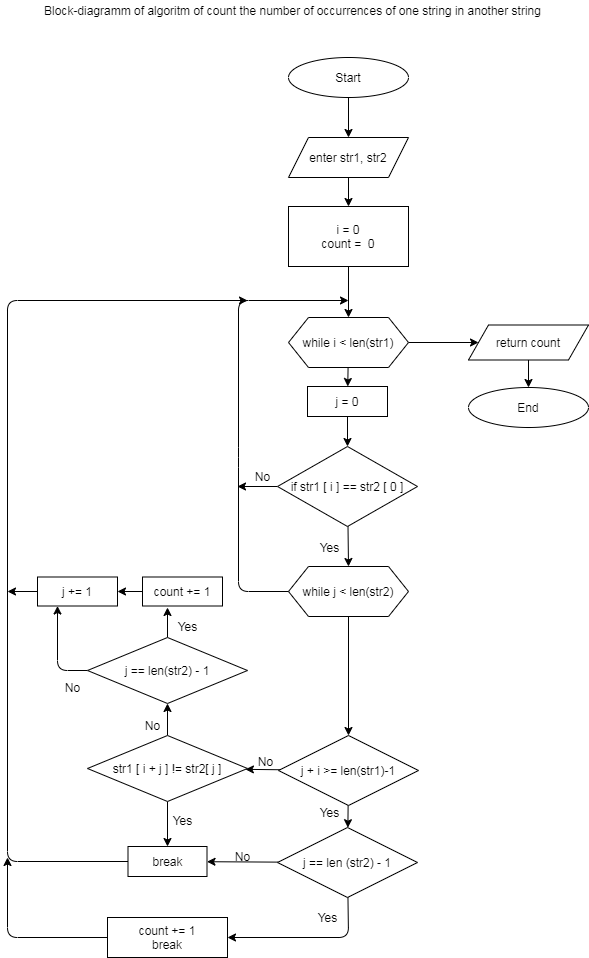
Earlier version of the draw.io export 1. workshop 1/find_str.png (AbubakirovRA/Python). Source tidied: cells renumbered, new cells last; positions are measured from the earlier drawing's top-left corner, leaving out a move shared by most shapes. The source it was exported from:
```xml
<mxGraphModel>
  <root>
    <mxCell id="0" />
    <mxCell id="1" parent="0" />
    <mxCell id="2" style="edgeStyle=none;html=1;" parent="1" edge="1" source="3" target="10">
      <mxGeometry relative="1" as="geometry" />
    </mxCell>
    <mxCell id="3" value="Start" style="ellipse;whiteSpace=wrap;html=1;" parent="1" vertex="1">
      <mxGeometry x="281" y="57" width="120" height="40" as="geometry" />
    </mxCell>
    <mxCell id="4" style="edgeStyle=none;html=1;" parent="1" edge="1" source="5" target="8">
      <mxGeometry relative="1" as="geometry" />
    </mxCell>
    <mxCell id="5" value="i = 0&lt;br&gt;count =&amp;nbsp; 0" style="whiteSpace=wrap;html=1;" parent="1" vertex="1">
      <mxGeometry x="281" y="206" width="120" height="60" as="geometry" />
    </mxCell>
    <mxCell id="6" style="edgeStyle=none;html=1;" parent="1" edge="1" source="8" target="12">
      <mxGeometry relative="1" as="geometry" />
    </mxCell>
    <mxCell id="7" style="edgeStyle=none;html=1;" parent="1" edge="1" source="8" target="17">
      <mxGeometry relative="1" as="geometry" />
    </mxCell>
    <mxCell id="8" value="while i &amp;lt; len(str1)" style="shape=hexagon;perimeter=hexagonPerimeter2;whiteSpace=wrap;html=1;fixedSize=1;" parent="1" vertex="1">
      <mxGeometry x="281" y="317" width="120" height="50" as="geometry" />
    </mxCell>
    <mxCell id="9" style="edgeStyle=none;html=1;" parent="1" edge="1" source="10" target="5">
      <mxGeometry relative="1" as="geometry" />
    </mxCell>
    <mxCell id="10" value="enter str1, str2" style="shape=parallelogram;perimeter=parallelogramPerimeter;whiteSpace=wrap;html=1;fixedSize=1;" parent="1" vertex="1">
      <mxGeometry x="281" y="137" width="120" height="40" as="geometry" />
    </mxCell>
    <mxCell id="11" style="edgeStyle=none;html=1;" parent="1" edge="1" source="12" target="21">
      <mxGeometry relative="1" as="geometry" />
    </mxCell>
    <mxCell id="12" value="j = 0" style="whiteSpace=wrap;html=1;" parent="1" vertex="1">
      <mxGeometry x="300" y="386" width="80" height="30" as="geometry" />
    </mxCell>
    <mxCell id="13" style="edgeStyle=none;html=1;" parent="1" edge="1" source="14" target="26">
      <mxGeometry relative="1" as="geometry" />
    </mxCell>
    <mxCell id="14" value="while j &amp;lt; len(str2)" style="shape=hexagon;perimeter=hexagonPerimeter2;whiteSpace=wrap;html=1;fixedSize=1;" parent="1" vertex="1">
      <mxGeometry x="281" y="566" width="120" height="50" as="geometry" />
    </mxCell>
    <mxCell id="15" style="edgeStyle=none;html=1;" parent="1" edge="1" source="14">
      <mxGeometry relative="1" as="geometry">
        <mxPoint x="341" y="300" as="targetPoint" />
        <Array as="points">
          <mxPoint x="231" y="591" />
          <mxPoint x="231" y="457" />
          <mxPoint x="231" y="300" />
        </Array>
      </mxGeometry>
    </mxCell>
    <mxCell id="16" style="edgeStyle=none;html=1;" parent="1" edge="1" source="17" target="18">
      <mxGeometry relative="1" as="geometry" />
    </mxCell>
    <mxCell id="17" value="return count" style="shape=parallelogram;perimeter=parallelogramPerimeter;whiteSpace=wrap;html=1;fixedSize=1;" parent="1" vertex="1">
      <mxGeometry x="461" y="324.5" width="120" height="35" as="geometry" />
    </mxCell>
    <mxCell id="18" value="End" style="ellipse;whiteSpace=wrap;html=1;" parent="1" vertex="1">
      <mxGeometry x="461" y="387" width="120" height="40" as="geometry" />
    </mxCell>
    <mxCell id="19" style="edgeStyle=none;html=1;exitX=0;exitY=0.5;exitDx=0;exitDy=0;" parent="1" edge="1" source="21">
      <mxGeometry relative="1" as="geometry">
        <mxPoint x="230" y="486" as="targetPoint" />
      </mxGeometry>
    </mxCell>
    <mxCell id="20" style="edgeStyle=none;html=1;entryX=0.5;entryY=0;entryDx=0;entryDy=0;" parent="1" edge="1" source="21" target="14">
      <mxGeometry relative="1" as="geometry" />
    </mxCell>
    <mxCell id="21" value="if str1 [ i ] == str2 [ 0 ]" style="rhombus;whiteSpace=wrap;html=1;" parent="1" vertex="1">
      <mxGeometry x="270" y="446" width="140" height="80" as="geometry" />
    </mxCell>
    <mxCell id="22" value="No" style="text;html=1;align=center;verticalAlign=middle;strokeColor=none;fillColor=none;" parent="1" vertex="1">
      <mxGeometry x="240" y="466" width="30" height="20" as="geometry" />
    </mxCell>
    <mxCell id="23" value="Yes" style="text;html=1;align=center;verticalAlign=middle;strokeColor=none;fillColor=none;" parent="1" vertex="1">
      <mxGeometry x="302" y="537" width="40" height="20" as="geometry" />
    </mxCell>
    <mxCell id="24" style="edgeStyle=none;html=1;" parent="1" edge="1" source="26" target="29">
      <mxGeometry relative="1" as="geometry" />
    </mxCell>
    <mxCell id="25" style="edgeStyle=none;html=1;" parent="1" edge="1" source="26" target="43">
      <mxGeometry relative="1" as="geometry" />
    </mxCell>
    <mxCell id="26" value="j + i &amp;gt;= len(str1)-1" style="rhombus;whiteSpace=wrap;html=1;" parent="1" vertex="1">
      <mxGeometry x="271" y="735" width="140" height="70" as="geometry" />
    </mxCell>
    <mxCell id="27" style="edgeStyle=none;html=1;" parent="1" edge="1" source="29" target="32">
      <mxGeometry relative="1" as="geometry">
        <Array as="points">
          <mxPoint x="341" y="937" />
        </Array>
      </mxGeometry>
    </mxCell>
    <mxCell id="28" style="edgeStyle=none;html=1;" parent="1" edge="1" source="29" target="35">
      <mxGeometry relative="1" as="geometry" />
    </mxCell>
    <mxCell id="29" value="j == len (str2) - 1" style="rhombus;whiteSpace=wrap;html=1;" parent="1" vertex="1">
      <mxGeometry x="270" y="827" width="140" height="70" as="geometry" />
    </mxCell>
    <mxCell id="30" value="Yes" style="text;html=1;align=center;verticalAlign=middle;strokeColor=none;fillColor=none;" parent="1" vertex="1">
      <mxGeometry x="302" y="802" width="40" height="20" as="geometry" />
    </mxCell>
    <mxCell id="31" style="edgeStyle=none;html=1;" parent="1" edge="1" source="32">
      <mxGeometry relative="1" as="geometry">
        <mxPoint y="857" as="targetPoint" />
        <Array as="points">
          <mxPoint y="937" />
        </Array>
      </mxGeometry>
    </mxCell>
    <mxCell id="32" value="count += 1&lt;br&gt;break" style="whiteSpace=wrap;html=1;" parent="1" vertex="1">
      <mxGeometry x="100" y="917" width="120" height="40" as="geometry" />
    </mxCell>
    <mxCell id="33" value="Yes" style="text;html=1;align=center;verticalAlign=middle;strokeColor=none;fillColor=none;" parent="1" vertex="1">
      <mxGeometry x="300" y="907" width="40" height="20" as="geometry" />
    </mxCell>
    <mxCell id="34" style="edgeStyle=none;html=1;exitX=0;exitY=0.5;exitDx=0;exitDy=0;" parent="1" edge="1" source="35">
      <mxGeometry relative="1" as="geometry">
        <mxPoint x="240" y="300" as="targetPoint" />
        <Array as="points">
          <mxPoint y="861" />
          <mxPoint y="300" />
        </Array>
      </mxGeometry>
    </mxCell>
    <mxCell id="35" value="break" style="whiteSpace=wrap;html=1;" parent="1" vertex="1">
      <mxGeometry x="120.5" y="846" width="79" height="30" as="geometry" />
    </mxCell>
    <mxCell id="36" value="No" style="text;html=1;align=center;verticalAlign=middle;strokeColor=none;fillColor=none;" parent="1" vertex="1">
      <mxGeometry x="220" y="846" width="30" height="20" as="geometry" />
    </mxCell>
    <mxCell id="37" style="edgeStyle=none;html=1;" parent="1" edge="1" source="39">
      <mxGeometry relative="1" as="geometry">
        <mxPoint x="160" y="607" as="targetPoint" />
      </mxGeometry>
    </mxCell>
    <mxCell id="38" style="edgeStyle=none;html=1;entryX=0.25;entryY=1;entryDx=0;entryDy=0;" parent="1" edge="1" source="39" target="50">
      <mxGeometry relative="1" as="geometry">
        <Array as="points">
          <mxPoint x="50" y="670" />
        </Array>
      </mxGeometry>
    </mxCell>
    <mxCell id="39" value="j == len(str2) - 1" style="rhombus;whiteSpace=wrap;html=1;" parent="1" vertex="1">
      <mxGeometry x="80" y="637" width="160" height="66" as="geometry" />
    </mxCell>
    <mxCell id="40" value="No" style="text;html=1;align=center;verticalAlign=middle;strokeColor=none;fillColor=none;" parent="1" vertex="1">
      <mxGeometry x="243" y="751" width="30" height="20" as="geometry" />
    </mxCell>
    <mxCell id="41" style="edgeStyle=none;html=1;" parent="1" edge="1" source="43" target="35">
      <mxGeometry relative="1" as="geometry" />
    </mxCell>
    <mxCell id="42" style="edgeStyle=none;html=1;" parent="1" edge="1" source="43" target="39">
      <mxGeometry relative="1" as="geometry" />
    </mxCell>
    <mxCell id="43" value="str1 [ i + j ] != str2[ j ]" style="rhombus;whiteSpace=wrap;html=1;" parent="1" vertex="1">
      <mxGeometry x="80" y="735" width="160" height="66" as="geometry" />
    </mxCell>
    <mxCell id="44" value="Yes" style="text;html=1;align=center;verticalAlign=middle;strokeColor=none;fillColor=none;" parent="1" vertex="1">
      <mxGeometry x="155" y="810" width="40" height="20" as="geometry" />
    </mxCell>
    <mxCell id="45" value="No" style="text;html=1;align=center;verticalAlign=middle;strokeColor=none;fillColor=none;" parent="1" vertex="1">
      <mxGeometry x="129.5" y="715" width="30" height="20" as="geometry" />
    </mxCell>
    <mxCell id="46" style="edgeStyle=none;html=1;" parent="1" edge="1" source="47" target="50">
      <mxGeometry relative="1" as="geometry" />
    </mxCell>
    <mxCell id="47" value="&lt;span&gt;count += 1&lt;/span&gt;" style="whiteSpace=wrap;html=1;" parent="1" vertex="1">
      <mxGeometry x="135" y="576.5" width="80" height="29" as="geometry" />
    </mxCell>
    <mxCell id="48" value="Yes" style="text;html=1;align=center;verticalAlign=middle;strokeColor=none;fillColor=none;" parent="1" vertex="1">
      <mxGeometry x="159.5" y="616" width="40" height="20" as="geometry" />
    </mxCell>
    <mxCell id="49" style="edgeStyle=none;html=1;" parent="1" edge="1" source="50">
      <mxGeometry relative="1" as="geometry">
        <mxPoint y="591" as="targetPoint" />
      </mxGeometry>
    </mxCell>
    <mxCell id="50" value="&lt;span&gt;j += 1&lt;/span&gt;" style="whiteSpace=wrap;html=1;" parent="1" vertex="1">
      <mxGeometry x="30" y="576.5" width="80" height="29" as="geometry" />
    </mxCell>
    <mxCell id="51" value="No" style="text;html=1;align=center;verticalAlign=middle;strokeColor=none;fillColor=none;" parent="1" vertex="1">
      <mxGeometry x="50" y="677" width="30" height="20" as="geometry" />
    </mxCell>
    <mxCell id="52" value="Block-diagramm of algoritm of count the number of occurrences of one string in another string" style="text;html=1;align=center;verticalAlign=middle;strokeColor=none;fillColor=none;" parent="1" vertex="1">
      <mxGeometry x="30" width="510" height="20" as="geometry" />
    </mxCell>
  </root>
</mxGraphModel>
```
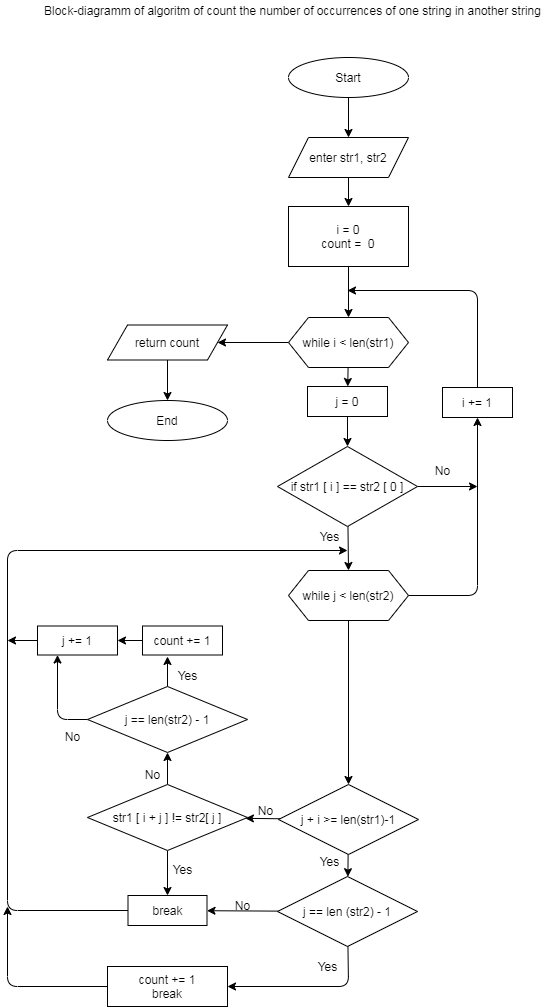
Later version of the same file.

Commit message:
add find_string

What changed in the source:
```diff
@@ -6,13 +6,13 @@
       <mxGeometry relative="1" as="geometry" />
     </mxCell>
     <mxCell id="3" value="Start" style="ellipse;whiteSpace=wrap;html=1;" parent="1" vertex="1">
-      <mxGeometry x="281" y="57" width="120" height="40" as="geometry" />
+      <mxGeometry x="281" y="8" width="120" height="40" as="geometry" />
     </mxCell>
     <mxCell id="4" style="edgeStyle=none;html=1;" parent="1" edge="1" source="5" target="8">
       <mxGeometry relative="1" as="geometry" />
     </mxCell>
     <mxCell id="5" value="i = 0&lt;br&gt;count =&amp;nbsp; 0" style="whiteSpace=wrap;html=1;" parent="1" vertex="1">
-      <mxGeometry x="281" y="206" width="120" height="60" as="geometry" />
+      <mxGeometry x="281" y="157" width="120" height="60" as="geometry" />
     </mxCell>
     <mxCell id="6" style="edgeStyle=none;html=1;" parent="1" edge="1" source="8" target="12">
       <mxGeometry relative="1" as="geometry" />
@@ -21,61 +21,55 @@
       <mxGeometry relative="1" as="geometry" />
     </mxCell>
     <mxCell id="8" value="while i &amp;lt; len(str1)" style="shape=hexagon;perimeter=hexagonPerimeter2;whiteSpace=wrap;html=1;fixedSize=1;" parent="1" vertex="1">
-      <mxGeometry x="281" y="317" width="120" height="50" as="geometry" />
+      <mxGeometry x="281" y="268" width="120" height="50" as="geometry" />
     </mxCell>
     <mxCell id="9" style="edgeStyle=none;html=1;" parent="1" edge="1" source="10" target="5">
       <mxGeometry relative="1" as="geometry" />
     </mxCell>
     <mxCell id="10" value="enter str1, str2" style="shape=parallelogram;perimeter=parallelogramPerimeter;whiteSpace=wrap;html=1;fixedSize=1;" parent="1" vertex="1">
-      <mxGeometry x="281" y="137" width="120" height="40" as="geometry" />
+      <mxGeometry x="281" y="88" width="120" height="40" as="geometry" />
     </mxCell>
     <mxCell id="11" style="edgeStyle=none;html=1;" parent="1" edge="1" source="12" target="21">
       <mxGeometry relative="1" as="geometry" />
     </mxCell>
     <mxCell id="12" value="j = 0" style="whiteSpace=wrap;html=1;" parent="1" vertex="1">
-      <mxGeometry x="300" y="386" width="80" height="30" as="geometry" />
+      <mxGeometry x="300" y="337" width="80" height="30" as="geometry" />
     </mxCell>
     <mxCell id="13" style="edgeStyle=none;html=1;" parent="1" edge="1" source="14" target="26">
       <mxGeometry relative="1" as="geometry" />
     </mxCell>
+    <mxCell id="53" style="edgeStyle=none;html=1;" parent="1" edge="1" source="14" target="56">
+      <mxGeometry relative="1" as="geometry">
+        <Array as="points">
+          <mxPoint x="470" y="546" />
+        </Array>
+      </mxGeometry>
+    </mxCell>
     <mxCell id="14" value="while j &amp;lt; len(str2)" style="shape=hexagon;perimeter=hexagonPerimeter2;whiteSpace=wrap;html=1;fixedSize=1;" parent="1" vertex="1">
-      <mxGeometry x="281" y="566" width="120" height="50" as="geometry" />
+      <mxGeometry x="281" y="521" width="120" height="50" as="geometry" />
     </mxCell>
-    <mxCell id="15" style="edgeStyle=none;html=1;" parent="1" edge="1" source="14">
-      <mxGeometry relative="1" as="geometry">
-        <mxPoint x="341" y="300" as="targetPoint" />
-        <Array as="points">
-          <mxPoint x="231" y="591" />
-          <mxPoint x="231" y="457" />
-          <mxPoint x="231" y="300" />
-        </Array>
-      </mxGeometry>
-    </mxCell>
     <mxCell id="16" style="edgeStyle=none;html=1;" parent="1" edge="1" source="17" target="18">
       <mxGeometry relative="1" as="geometry" />
     </mxCell>
     <mxCell id="17" value="return count" style="shape=parallelogram;perimeter=parallelogramPerimeter;whiteSpace=wrap;html=1;fixedSize=1;" parent="1" vertex="1">
-      <mxGeometry x="461" y="324.5" width="120" height="35" as="geometry" />
+      <mxGeometry x="100" y="275.5" width="120" height="35" as="geometry" />
     </mxCell>
     <mxCell id="18" value="End" style="ellipse;whiteSpace=wrap;html=1;" parent="1" vertex="1">
-      <mxGeometry x="461" y="387" width="120" height="40" as="geometry" />
+      <mxGeometry x="100" y="351" width="120" height="40" as="geometry" />
     </mxCell>
-    <mxCell id="19" style="edgeStyle=none;html=1;exitX=0;exitY=0.5;exitDx=0;exitDy=0;" parent="1" edge="1" source="21">
-      <mxGeometry relative="1" as="geometry">
-        <mxPoint x="230" y="486" as="targetPoint" />
-      </mxGeometry>
-    </mxCell>
     <mxCell id="20" style="edgeStyle=none;html=1;entryX=0.5;entryY=0;entryDx=0;entryDy=0;" parent="1" edge="1" source="21" target="14">
       <mxGeometry relative="1" as="geometry" />
     </mxCell>
+    <mxCell id="54" style="edgeStyle=none;html=1;" parent="1" edge="1" source="21">
+      <mxGeometry relative="1" as="geometry">
+        <mxPoint x="470" y="437" as="targetPoint" />
+      </mxGeometry>
+    </mxCell>
     <mxCell id="21" value="if str1 [ i ] == str2 [ 0 ]" style="rhombus;whiteSpace=wrap;html=1;" parent="1" vertex="1">
-      <mxGeometry x="270" y="446" width="140" height="80" as="geometry" />
+      <mxGeometry x="270" y="397" width="140" height="80" as="geometry" />
     </mxCell>
-    <mxCell id="22" value="No" style="text;html=1;align=center;verticalAlign=middle;strokeColor=none;fillColor=none;" parent="1" vertex="1">
-      <mxGeometry x="240" y="466" width="30" height="20" as="geometry" />
-    </mxCell>
     <mxCell id="23" value="Yes" style="text;html=1;align=center;verticalAlign=middle;strokeColor=none;fillColor=none;" parent="1" vertex="1">
-      <mxGeometry x="302" y="537" width="40" height="20" as="geometry" />
+      <mxGeometry x="302" y="477" width="40" height="20" as="geometry" />
     </mxCell>
     <mxCell id="24" style="edgeStyle=none;html=1;" parent="1" edge="1" source="26" target="29">
       <mxGeometry relative="1" as="geometry" />
@@ -118,10 +112,10 @@
     </mxCell>
     <mxCell id="34" style="edgeStyle=none;html=1;exitX=0;exitY=0.5;exitDx=0;exitDy=0;" parent="1" edge="1" source="35">
       <mxGeometry relative="1" as="geometry">
-        <mxPoint x="240" y="300" as="targetPoint" />
+        <mxPoint x="340" y="501" as="targetPoint" />
         <Array as="points">
           <mxPoint y="861" />
-          <mxPoint y="300" />
+          <mxPoint y="501" />
         </Array>
       </mxGeometry>
     </mxCell>
@@ -185,7 +179,21 @@
       <mxGeometry x="50" y="677" width="30" height="20" as="geometry" />
     </mxCell>
     <mxCell id="52" value="Block-diagramm of algoritm of count the number of occurrences of one string in another string" style="text;html=1;align=center;verticalAlign=middle;strokeColor=none;fillColor=none;" parent="1" vertex="1">
-      <mxGeometry x="30" width="510" height="20" as="geometry" />
+      <mxGeometry x="30" y="-49" width="510" height="20" as="geometry" />
     </mxCell>
+    <mxCell id="55" style="edgeStyle=none;html=1;" parent="1" edge="1" source="56">
+      <mxGeometry relative="1" as="geometry">
+        <mxPoint x="340" y="241" as="targetPoint" />
+        <Array as="points">
+          <mxPoint x="470" y="241" />
+        </Array>
+      </mxGeometry>
+    </mxCell>
+    <mxCell id="56" value="i += 1" style="whiteSpace=wrap;html=1;" parent="1" vertex="1">
+      <mxGeometry x="435" y="338" width="70" height="30" as="geometry" />
+    </mxCell>
+    <mxCell id="22" value="No" style="text;html=1;align=center;verticalAlign=middle;strokeColor=none;fillColor=none;" parent="1" vertex="1">
+      <mxGeometry x="420" y="411" width="30" height="20" as="geometry" />
+    </mxCell>
   </root>
 </mxGraphModel>
```
